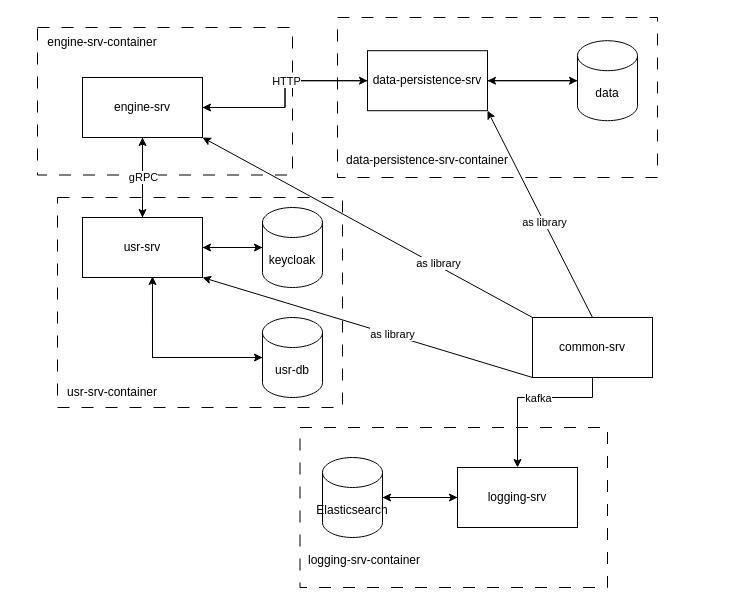
This is Untitled Diagram.drawio from milanpanic2/prs-distributed-systems, a draw.io file, before an edit. Source tidied: cells renumbered, new cells numbered last; positions are measured from the earlier drawing's top-left corner, leaving out a move shared by most shapes. Both pictures are drawn from the tidied source at 100%, with x=0, y=0 at pixel (17, 17).
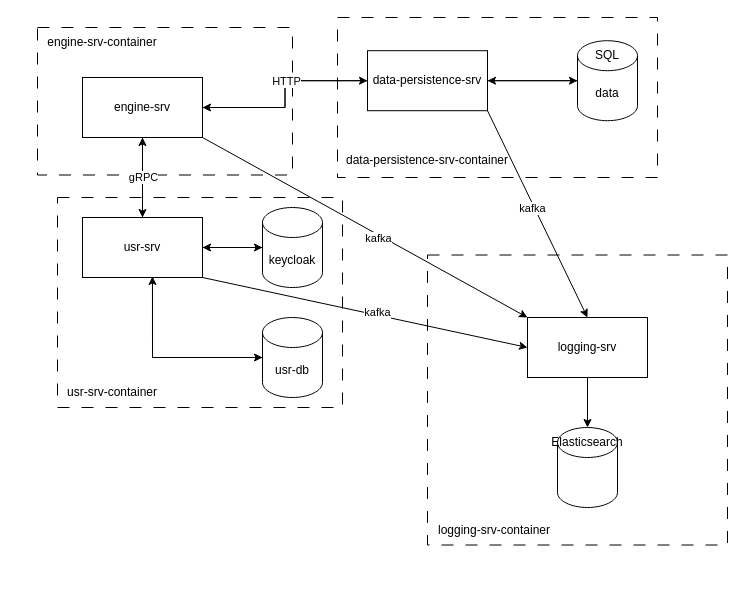
After the change.

Unchanged cells that the change refers to:
```xml
<mxCell id="9" value="&lt;div&gt;usr-srv&lt;/div&gt;" style="rounded=0;whiteSpace=wrap;html=1;" parent="1" vertex="1">
  <mxGeometry x="65" y="200" width="120" height="60" as="geometry" />
</mxCell>
<mxCell id="15" value="engine-srv" style="rounded=0;whiteSpace=wrap;html=1;" parent="1" vertex="1">
  <mxGeometry x="65" y="60" width="120" height="60" as="geometry" />
</mxCell>
<mxCell id="21" value="data-persistence-srv" style="rounded=0;whiteSpace=wrap;html=1;" parent="1" vertex="1">
  <mxGeometry x="350" y="33.2" width="120" height="60" as="geometry" />
</mxCell>
```

Diff of the diagram source:
```diff
@@
     <mxCell id="2" style="rounded=0;whiteSpace=wrap;html=1;dashed=1;dashPattern=12 12;" parent="1" vertex="1">
-      <mxGeometry x="282.5" y="410" width="307.5" height="160" as="geometry" />
+      <mxGeometry x="410" y="237.5" width="300" height="290" as="geometry" />
     </mxCell>
@@
-    <mxCell id="24" style="edgeStyle=orthogonalEdgeStyle;rounded=0;jettySize=auto;html=1;" parent="1" edge="1" source="26" target="37">
-      <mxGeometry relative="1" as="geometry">
-        <Array as="points">
-          <mxPoint x="575" y="380" />
-          <mxPoint x="500" y="380" />
-        </Array>
-      </mxGeometry>
-    </mxCell>
-    <mxCell id="25" value="kafka" style="edgeLabel;html=1;align=center;verticalAlign=middle;" parent="24" vertex="1">
-      <mxGeometry x="-0.18" relative="1" as="geometry">
-        <mxPoint x="-7" as="offset" />
-      </mxGeometry>
-    </mxCell>
-    <mxCell id="26" value="&lt;div&gt;common-srv&lt;/div&gt;" style="rounded=0;whiteSpace=wrap;html=1;" parent="1" vertex="1">
-      <mxGeometry x="515" y="300" width="120" height="60" as="geometry" />
-    </mxCell>
-    <mxCell id="27" style="endArrow=classic;html=1;rounded=0;exitX=0.5;exitY=0;exitDx=0;exitDy=0;entryX=1;entryY=1;entryDx=0;entryDy=0;" parent="1" edge="1" source="26" target="21">
-      <mxGeometry relative="1" as="geometry" />
-    </mxCell>
-    <mxCell id="28" value="as library" style="edgeLabel;html=1;align=center;verticalAlign=middle;" parent="27" vertex="1">
-      <mxGeometry x="-0.08" relative="1" as="geometry" />
-    </mxCell>
-    <mxCell id="29" style="endArrow=classic;html=1;rounded=0;exitX=0;exitY=1;exitDx=0;exitDy=0;entryX=1;entryY=1;entryDx=0;entryDy=0;" parent="1" edge="1" source="26" target="9">
-      <mxGeometry relative="1" as="geometry" />
-    </mxCell>
-    <mxCell id="30" value="as library" style="edgeLabel;html=1;align=center;verticalAlign=middle;" parent="29" vertex="1">
-      <mxGeometry x="-0.15" y="-2" relative="1" as="geometry">
-        <mxPoint y="1" as="offset" />
-      </mxGeometry>
-    </mxCell>
-    <mxCell id="31" style="endArrow=classic;html=1;rounded=0;exitX=0;exitY=0;exitDx=0;exitDy=0;entryX=1;entryY=1;entryDx=0;entryDy=0;" parent="1" edge="1" source="26" target="15">
-      <mxGeometry relative="1" as="geometry" />
-    </mxCell>
-    <mxCell id="32" value="&lt;div&gt;as library&lt;/div&gt;" style="edgeLabel;html=1;align=center;verticalAlign=middle;" parent="31" vertex="1">
-      <mxGeometry x="-0.42" y="-3" relative="1" as="geometry" />
-    </mxCell>
@@
-    <mxCell id="36" style="edgeStyle=orthogonalEdgeStyle;rounded=0;jettySize=auto;html=1;entryX=1;entryY=0.5;entryDx=0;entryDy=0;entryPerimeter=0;" parent="1" edge="1" source="37" target="39">
-      <mxGeometry relative="1" as="geometry" />
-    </mxCell>
+    <mxCell id="41" style="edgeStyle=orthogonalEdgeStyle;rounded=0;jettySize=auto;html=1;entryX=0.5;entryY=0;entryDx=0;entryDy=0;" parent="1" edge="1" source="37" target="43">
+      <mxGeometry relative="1" as="geometry" />
+    </mxCell>
     <mxCell id="37" value="logging-srv" style="rounded=0;whiteSpace=wrap;html=1;" parent="1" vertex="1">
-      <mxGeometry x="440" y="450" width="120" height="60" as="geometry" />
+      <mxGeometry x="510" y="300" width="120" height="60" as="geometry" />
     </mxCell>
-    <mxCell id="38" style="edgeStyle=orthogonalEdgeStyle;rounded=0;jettySize=auto;html=1;entryX=0;entryY=0.5;entryDx=0;entryDy=0;" parent="1" edge="1" source="39" target="37">
-      <mxGeometry relative="1" as="geometry" />
-    </mxCell>
-    <mxCell id="39" value="Elasticsearch" style="shape=cylinder3;whiteSpace=wrap;html=1;boundedLbl=1;backgroundOutline=1;size=15;" parent="1" vertex="1">
-      <mxGeometry x="305" y="440" width="60" height="80" as="geometry" />
+    <mxCell id="39" style="shape=cylinder3;whiteSpace=wrap;html=1;boundedLbl=1;backgroundOutline=1;size=15;" parent="1" vertex="1">
+      <mxGeometry x="540" y="410" width="60" height="80" as="geometry" />
     </mxCell>
     <mxCell id="40" value="logging-srv-container" style="text;html=1;strokeColor=none;fillColor=none;align=center;verticalAlign=middle;whiteSpace=wrap;rounded=0;" parent="1" vertex="1">
-      <mxGeometry x="263" y="527.5" width="167.5" height="30" as="geometry" />
+      <mxGeometry x="392.5" y="497.5" width="167.5" height="30" as="geometry" />
     </mxCell>
+    <mxCell id="42" value="SQL" style="text;html=1;strokeColor=none;fillColor=none;align=center;verticalAlign=middle;whiteSpace=wrap;rounded=0;" parent="1" vertex="1">
+      <mxGeometry x="560" y="23.2" width="60" height="30" as="geometry" />
+    </mxCell>
+    <mxCell id="43" value="Elasticsearch" style="text;html=1;strokeColor=none;fillColor=none;align=center;verticalAlign=middle;whiteSpace=wrap;rounded=0;" parent="1" vertex="1">
+      <mxGeometry x="540" y="410" width="60" height="30" as="geometry" />
+    </mxCell>
+    <mxCell id="44" style="endArrow=classic;html=1;rounded=0;exitX=1;exitY=1;exitDx=0;exitDy=0;entryX=0;entryY=0.5;entryDx=0;entryDy=0;" parent="1" edge="1" source="9" target="37">
+      <mxGeometry relative="1" as="geometry" />
+    </mxCell>
+    <mxCell id="45" value="kafka" style="edgeLabel;html=1;align=center;verticalAlign=middle;" parent="44" vertex="1">
+      <mxGeometry x="0.07" y="3" relative="1" as="geometry" />
+    </mxCell>
+    <mxCell id="46" style="endArrow=classic;html=1;rounded=0;exitX=1;exitY=1;exitDx=0;exitDy=0;entryX=0;entryY=0;entryDx=0;entryDy=0;" parent="1" edge="1" source="15" target="37">
+      <mxGeometry relative="1" as="geometry" />
+    </mxCell>
+    <mxCell id="47" value="kafka" style="edgeLabel;html=1;align=center;verticalAlign=middle;" parent="46" vertex="1">
+      <mxGeometry x="0.09" y="-3" relative="1" as="geometry" />
+    </mxCell>
+    <mxCell id="48" style="endArrow=classic;html=1;rounded=0;exitX=1;exitY=1;exitDx=0;exitDy=0;entryX=0.5;entryY=0;entryDx=0;entryDy=0;" parent="1" edge="1" source="21" target="37">
+      <mxGeometry relative="1" as="geometry" />
+    </mxCell>
+    <mxCell id="49" value="kafka" style="edgeLabel;html=1;align=center;verticalAlign=middle;" parent="48" vertex="1">
+      <mxGeometry x="-0.07" y="-2" relative="1" as="geometry" />
+    </mxCell>
```
